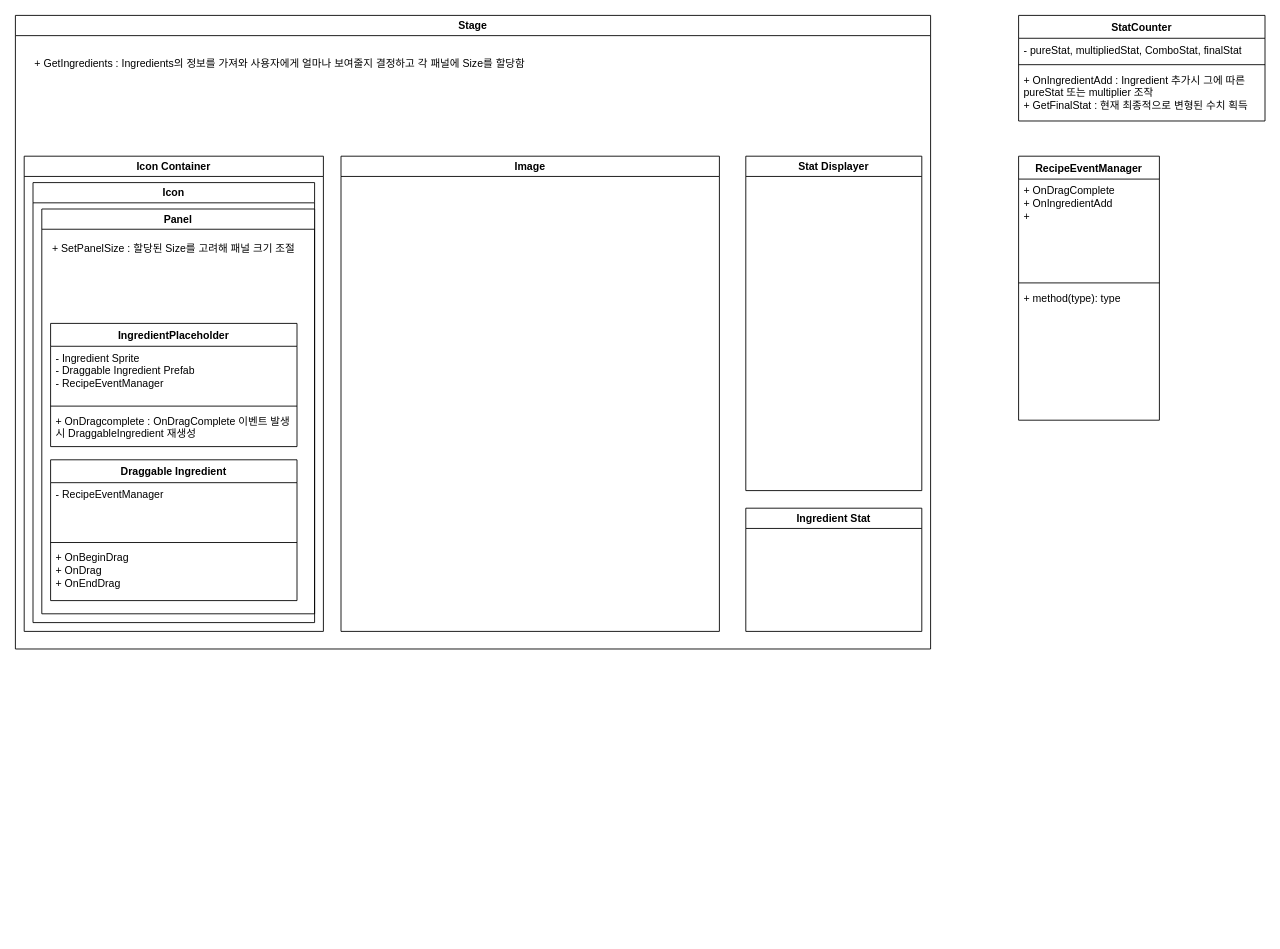
JeongHwanjun/Muffin keeps this draw.io diagram as Assets/Scripts/Recipe/Recipe.drawio. Above is the earlier version. Source tidied: cells renumbered, new cells numbered last; positions are measured from the earlier drawing's top-left corner, leaving out a move shared by most shapes. Both pictures are drawn from the tidied source at 88%, with x=0, y=0 at pixel (15, 15).
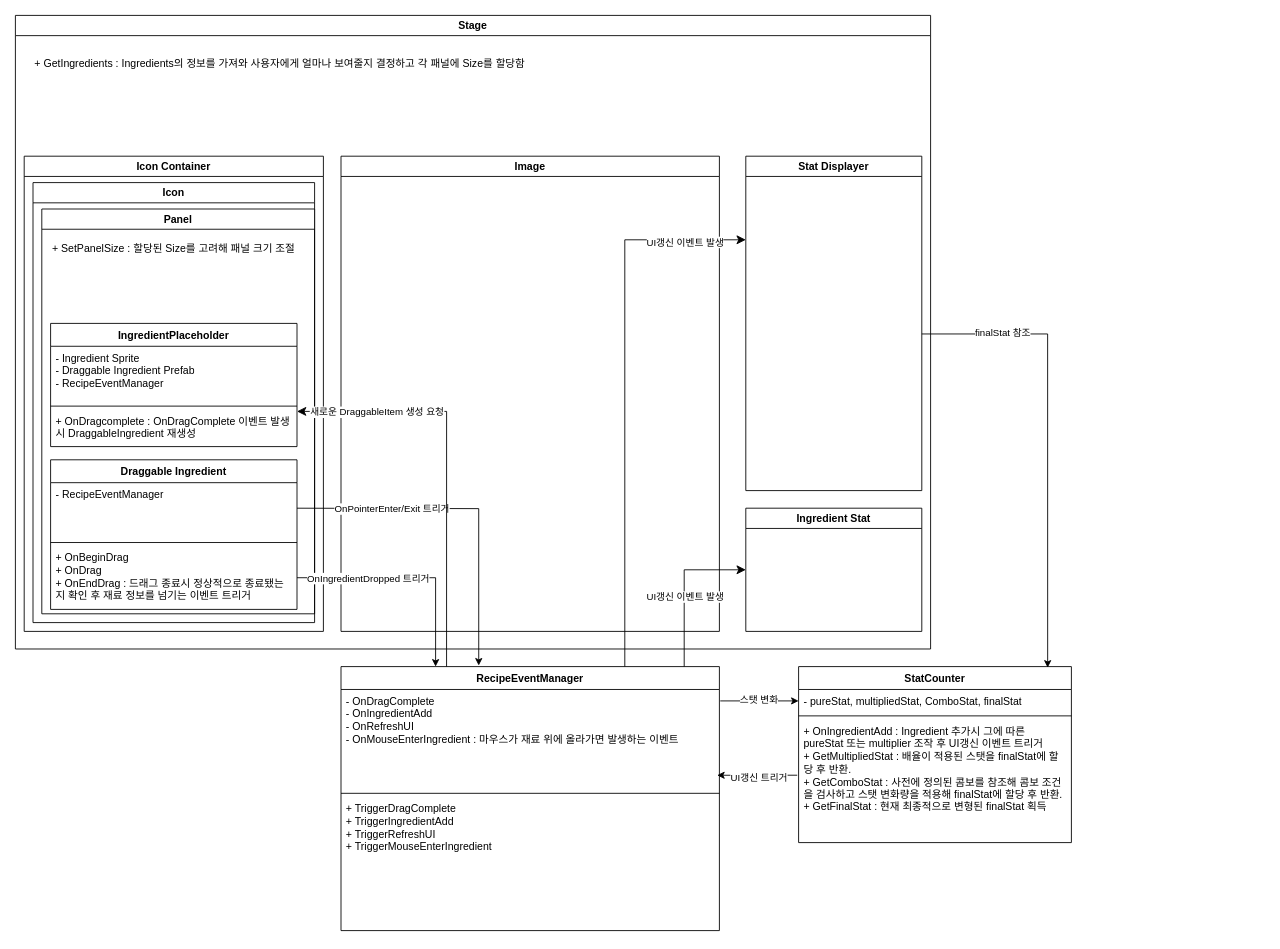
The same diagram, later.

Unchanged cells that the change refers to:
```xml
<mxCell id="9" value="Panel" style="swimlane;whiteSpace=wrap;html=1;" parent="8" vertex="1">
  <mxGeometry x="10" y="30" width="310" height="460" as="geometry" />
</mxCell>
<mxCell id="19" value="Image" style="swimlane;whiteSpace=wrap;html=1;" parent="6" vertex="1">
  <mxGeometry x="370" y="160" width="430" height="540" as="geometry" />
</mxCell>
<mxCell id="20" value="Stat Displayer" style="swimlane;whiteSpace=wrap;html=1;" parent="6" vertex="1">
  <mxGeometry x="830" y="160" width="200" height="380" as="geometry" />
</mxCell>
<mxCell id="21" value="Ingredient Stat" style="swimlane;whiteSpace=wrap;html=1;" parent="6" vertex="1">
  <mxGeometry x="830" y="560" width="200" height="140" as="geometry" />
</mxCell>
```

What changed in the source:
```diff
@@
     <mxCell id="2" value="RecipeEventManager" style="swimlane;fontStyle=1;align=center;verticalAlign=top;horizontal=1;startSize=26;whiteSpace=wrap;html=1;" parent="1" vertex="1">
-      <mxGeometry x="1140" y="160" width="160" height="300" as="geometry" />
+      <mxGeometry x="370" y="740" width="430" height="300" as="geometry" />
     </mxCell>
-    <mxCell id="3" value="+ OnDragComplete&lt;div&gt;+ OnIngredientAdd&lt;/div&gt;&lt;div&gt;+&amp;nbsp;&lt;/div&gt;" style="text;strokeColor=none;fillColor=none;align=left;verticalAlign=top;spacingLeft=4;spacingRight=4;overflow=hidden;points=[[0,0.5],[1,0.5]];portConstraint=eastwest;whiteSpace=wrap;html=1;" parent="2" vertex="1">
-      <mxGeometry y="26" width="160" height="114" as="geometry" />
+    <mxCell id="3" value="- OnDragComplete&lt;div&gt;- OnIngredientAdd&lt;/div&gt;&lt;div&gt;- OnRefreshUI&lt;/div&gt;&lt;div&gt;- OnMouseEnterIngredient : 마우스가 재료 위에 올라가면 발생하는 이벤트&lt;/div&gt;" style="text;strokeColor=none;fillColor=none;align=left;verticalAlign=top;spacingLeft=4;spacingRight=4;overflow=hidden;points=[[0,0.5],[1,0.5]];portConstraint=eastwest;whiteSpace=wrap;html=1;" parent="2" vertex="1">
+      <mxGeometry y="26" width="430" height="114" as="geometry" />
     </mxCell>
     <mxCell id="4" style="line;strokeWidth=1;fillColor=none;align=left;verticalAlign=middle;spacingTop=-1;spacingLeft=3;spacingRight=3;labelPosition=right;strokeColor=inherit;" parent="2" vertex="1">
-      <mxGeometry y="140" width="160" height="8" as="geometry" />
+      <mxGeometry y="140" width="430" height="8" as="geometry" />
     </mxCell>
-    <mxCell id="5" value="+ method(type): type" style="text;strokeColor=none;fillColor=none;align=left;verticalAlign=top;spacingLeft=4;spacingRight=4;overflow=hidden;whiteSpace=wrap;html=1;" parent="2" vertex="1">
-      <mxGeometry y="148" width="160" height="152" as="geometry" />
+    <mxCell id="5" value="+ TriggerDragComplete&lt;div&gt;+ TriggerIngredientAdd&lt;/div&gt;&lt;div&gt;+ TriggerRefreshUI&lt;/div&gt;&lt;div&gt;+ TriggerMouseEnterIngredient&lt;/div&gt;" style="text;strokeColor=none;fillColor=none;align=left;verticalAlign=top;spacingLeft=4;spacingRight=4;overflow=hidden;whiteSpace=wrap;html=1;" parent="2" vertex="1">
+      <mxGeometry y="148" width="430" height="152" as="geometry" />
     </mxCell>
@@
     <mxCell id="14" value="Draggable Ingredient" style="swimlane;fontStyle=1;align=center;verticalAlign=top;horizontal=1;startSize=26;whiteSpace=wrap;html=1;" parent="9" vertex="1">
-      <mxGeometry x="10" y="285" width="280" height="160" as="geometry" />
+      <mxGeometry x="10" y="285" width="280" height="170" as="geometry" />
     </mxCell>
@@
-    <mxCell id="17" value="+ OnBeginDrag&lt;div&gt;+ OnDrag&lt;/div&gt;&lt;div&gt;+ OnEndDrag&lt;/div&gt;" style="text;strokeColor=none;fillColor=none;align=left;verticalAlign=top;spacingLeft=4;spacingRight=4;overflow=hidden;points=[[0,0.5],[1,0.5]];portConstraint=eastwest;whiteSpace=wrap;html=1;" parent="14" vertex="1">
-      <mxGeometry y="98" width="280" height="62" as="geometry" />
+    <mxCell id="17" value="+ OnBeginDrag&lt;div&gt;+ OnDrag&lt;/div&gt;&lt;div&gt;+ OnEndDrag : 드래그 종료시 정상적으로 종료됐는지 확인 후 재료 정보를 넘기는 이벤트 트리거&lt;/div&gt;" style="text;strokeColor=none;fillColor=none;align=left;verticalAlign=top;spacingLeft=4;spacingRight=4;overflow=hidden;points=[[0,0.5],[1,0.5]];portConstraint=eastwest;whiteSpace=wrap;html=1;" parent="14" vertex="1">
+      <mxGeometry y="98" width="280" height="72" as="geometry" />
     </mxCell>
@@
+    <mxCell id="27" style="edgeStyle=orthogonalEdgeStyle;rounded=0;jettySize=auto;html=1;exitX=1;exitY=0.5;exitDx=0;exitDy=0;entryX=0.364;entryY=-0.004;entryDx=0;entryDy=0;entryPerimeter=0;" parent="19" edge="1" target="2">
+      <mxGeometry relative="1" as="geometry">
+        <mxPoint x="-50" y="400" as="sourcePoint" />
+      </mxGeometry>
+    </mxCell>
+    <mxCell id="28" value="OnPointerEnter/Exit 트리거" style="edgeLabel;html=1;align=center;verticalAlign=middle;" parent="27" vertex="1">
+      <mxGeometry x="-0.56" y="-2" relative="1" as="geometry">
+        <mxPoint x="23" y="-2" as="offset" />
+      </mxGeometry>
+    </mxCell>
@@
     <mxCell id="23" value="StatCounter" style="swimlane;fontStyle=1;align=center;verticalAlign=top;horizontal=1;startSize=26;whiteSpace=wrap;html=1;" parent="1" vertex="1">
-      <mxGeometry x="1140" width="280" height="120" as="geometry" />
+      <mxGeometry x="890" y="740" width="310" height="200" as="geometry" />
     </mxCell>
     <mxCell id="24" value="- pureStat, multipliedStat, ComboStat, finalStat" style="text;strokeColor=none;fillColor=none;align=left;verticalAlign=top;spacingLeft=4;spacingRight=4;overflow=hidden;points=[[0,0.5],[1,0.5]];portConstraint=eastwest;whiteSpace=wrap;html=1;" parent="23" vertex="1">
-      <mxGeometry y="26" width="280" height="26" as="geometry" />
+      <mxGeometry y="26" width="310" height="26" as="geometry" />
     </mxCell>
     <mxCell id="25" style="line;strokeWidth=1;fillColor=none;align=left;verticalAlign=middle;spacingTop=-1;spacingLeft=3;spacingRight=3;labelPosition=right;strokeColor=inherit;" parent="23" vertex="1">
-      <mxGeometry y="52" width="280" height="8" as="geometry" />
+      <mxGeometry y="52" width="310" height="8" as="geometry" />
     </mxCell>
-    <mxCell id="26" value="+ OnIngredientAdd : Ingredient 추가시 그에 따른 pureStat 또는 multiplier 조작&lt;div&gt;+ GetFinalStat : 현재 최종적으로 변형된 수치 획득&lt;/div&gt;&lt;div&gt;&lt;br&gt;&lt;/div&gt;" style="text;strokeColor=none;fillColor=none;align=left;verticalAlign=top;spacingLeft=4;spacingRight=4;overflow=hidden;points=[[0,0.5],[1,0.5]];portConstraint=eastwest;whiteSpace=wrap;html=1;" parent="23" vertex="1">
-      <mxGeometry y="60" width="280" height="60" as="geometry" />
+    <mxCell id="26" value="+ OnIngredientAdd : Ingredient 추가시 그에 따른 pureStat 또는 multiplier 조작 후 UI갱신 이벤트 트리거&lt;br&gt;+ GetMultipliedStat : 배율이 적용된 스탯을 finalStat에 할당 후 반환.&lt;div&gt;+ GetComboStat : 사전에 정의된 콤보를 참조해 콤보 조건을 검사하고 스탯 변화량을 적용해 finalStat에 할당 후 반환.&lt;/div&gt;&lt;div&gt;+ GetFinalStat : 현재 최종적으로 변형된 finalStat 획득&lt;/div&gt;" style="text;strokeColor=none;fillColor=none;align=left;verticalAlign=top;spacingLeft=4;spacingRight=4;overflow=hidden;points=[[0,0.5],[1,0.5]];portConstraint=eastwest;whiteSpace=wrap;html=1;" parent="23" vertex="1">
+      <mxGeometry y="60" width="310" height="140" as="geometry" />
     </mxCell>
+    <mxCell id="29" style="edgeStyle=orthogonalEdgeStyle;rounded=0;jettySize=auto;html=1;exitX=1;exitY=0.5;exitDx=0;exitDy=0;entryX=0.25;entryY=0;entryDx=0;entryDy=0;" parent="1" edge="1" source="17" target="2">
+      <mxGeometry relative="1" as="geometry" />
+    </mxCell>
+    <mxCell id="30" value="OnIngredientDropped 트리거" style="edgeLabel;html=1;align=center;verticalAlign=middle;" parent="29" vertex="1">
+      <mxGeometry x="-0.56" y="-2" relative="1" as="geometry">
+        <mxPoint x="23" y="-2" as="offset" />
+      </mxGeometry>
+    </mxCell>
+    <mxCell id="31" style="edgeStyle=segmentEdgeStyle;endArrow=classic;html=1;curved=0;rounded=0;endSize=8;startSize=8;exitX=0.279;exitY=0;exitDx=0;exitDy=0;exitPerimeter=0;" parent="1" edge="1" source="2">
+      <mxGeometry relative="1" as="geometry">
+        <mxPoint x="320" y="450" as="targetPoint" />
+        <Array as="points">
+          <mxPoint x="490" y="450" />
+        </Array>
+      </mxGeometry>
+    </mxCell>
+    <mxCell id="32" value="새로운 DraggableItem 생성 요청" style="edgeLabel;html=1;align=center;verticalAlign=middle;" parent="31" vertex="1">
+      <mxGeometry x="0.65" relative="1" as="geometry">
+        <mxPoint x="10" as="offset" />
+      </mxGeometry>
+    </mxCell>
+    <mxCell id="33" style="endArrow=classic;html=1;rounded=0;entryX=0;entryY=0.5;entryDx=0;entryDy=0;" parent="1" edge="1" target="24">
+      <mxGeometry relative="1" as="geometry">
+        <mxPoint x="801" y="779" as="sourcePoint" />
+      </mxGeometry>
+    </mxCell>
+    <mxCell id="34" value="스탯 변화" style="edgeLabel;html=1;align=center;verticalAlign=middle;" parent="33" vertex="1">
+      <mxGeometry x="-0.04" y="2" relative="1" as="geometry" />
+    </mxCell>
+    <mxCell id="35" style="endArrow=classic;html=1;rounded=0;entryX=0.994;entryY=0.855;entryDx=0;entryDy=0;entryPerimeter=0;exitX=-0.005;exitY=0.453;exitDx=0;exitDy=0;exitPerimeter=0;" parent="1" edge="1" source="26" target="3">
+      <mxGeometry relative="1" as="geometry" />
+    </mxCell>
+    <mxCell id="36" value="UI갱신 트리거" style="edgeLabel;html=1;align=center;verticalAlign=middle;" parent="35" vertex="1">
+      <mxGeometry x="-0.04" y="2" relative="1" as="geometry" />
+    </mxCell>
+    <mxCell id="37" style="edgeStyle=segmentEdgeStyle;endArrow=classic;html=1;curved=0;rounded=0;endSize=8;startSize=8;entryX=0;entryY=0.25;entryDx=0;entryDy=0;exitX=0.75;exitY=0;exitDx=0;exitDy=0;" parent="1" edge="1" source="2" target="20">
+      <mxGeometry relative="1" as="geometry">
+        <Array as="points">
+          <mxPoint x="693" y="255" />
+        </Array>
+      </mxGeometry>
+    </mxCell>
+    <mxCell id="38" value="UI갱신 이벤트 발생" style="edgeLabel;html=1;align=center;verticalAlign=middle;" parent="37" vertex="1">
+      <mxGeometry x="0.69" y="-2" relative="1" as="geometry">
+        <mxPoint x="27" as="offset" />
+      </mxGeometry>
+    </mxCell>
+    <mxCell id="39" style="edgeStyle=segmentEdgeStyle;endArrow=classic;html=1;curved=0;rounded=0;endSize=8;startSize=8;entryX=0;entryY=0.5;entryDx=0;entryDy=0;" parent="1" edge="1" target="21">
+      <mxGeometry relative="1" as="geometry">
+        <mxPoint x="760" y="740" as="sourcePoint" />
+        <Array as="points">
+          <mxPoint x="760" y="740" />
+          <mxPoint x="760" y="630" />
+        </Array>
+      </mxGeometry>
+    </mxCell>
+    <mxCell id="40" value="UI갱신 이벤트 발생" style="edgeLabel;html=1;align=center;verticalAlign=middle;" parent="39" vertex="1">
+      <mxGeometry x="0.69" y="-2" relative="1" as="geometry">
+        <mxPoint x="-42" y="28" as="offset" />
+      </mxGeometry>
+    </mxCell>
+    <mxCell id="41" style="edgeStyle=orthogonalEdgeStyle;rounded=0;jettySize=auto;html=1;entryX=0.913;entryY=0.006;entryDx=0;entryDy=0;entryPerimeter=0;" parent="1" edge="1" target="23">
+      <mxGeometry relative="1" as="geometry">
+        <mxPoint x="1030" y="362" as="sourcePoint" />
+        <Array as="points">
+          <mxPoint x="1173" y="362" />
+        </Array>
+      </mxGeometry>
+    </mxCell>
+    <mxCell id="42" value="finalStat 참조" style="edgeLabel;html=1;align=center;verticalAlign=middle;" parent="41" vertex="1">
+      <mxGeometry x="-0.56" y="-2" relative="1" as="geometry">
+        <mxPoint x="-24" y="-4" as="offset" />
+      </mxGeometry>
+    </mxCell>
```
